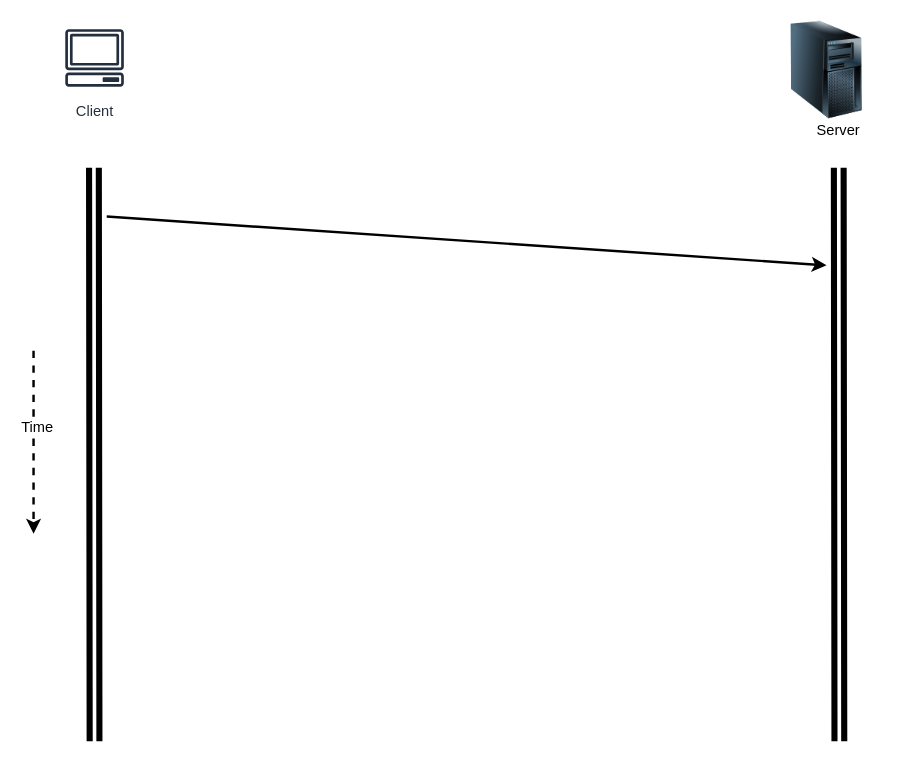
Above: go-ping-server-client.drawio in sugchand/drawio (draw.io), before the change. Source tidied: cells renumbered, new cells numbered last; positions are measured from the earlier drawing's top-left corner, leaving out a move shared by most shapes. Both pictures are drawn from the tidied source at 122%, with x=0, y=0 at pixel (33, 21).
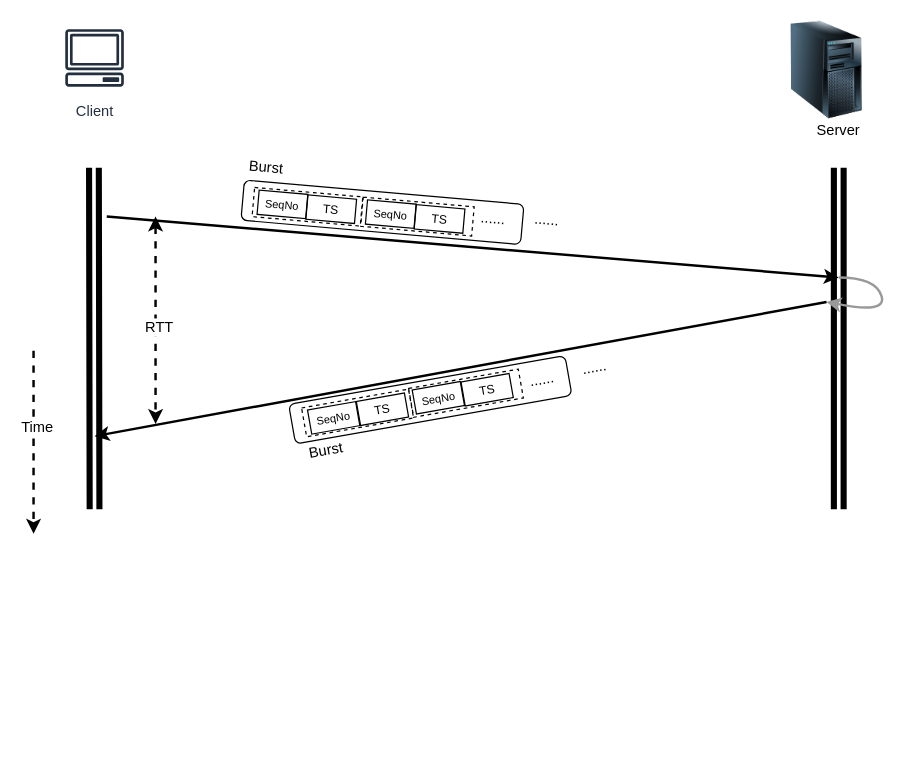
After the change.

Change to the diagram source:
```diff
@@
+    <mxCell id="10" style="rounded=0;whiteSpace=wrap;html=1;strokeColor=#000000;fillColor=none;rotation=350;dashed=1;" parent="1" vertex="1">
+      <mxGeometry x="308.8" y="292.8" width="91.3" height="24" as="geometry" />
+    </mxCell>
+    <mxCell id="11" style="rounded=0;whiteSpace=wrap;html=1;strokeColor=#000000;fillColor=none;rotation=350;dashed=1;" parent="1" vertex="1">
+      <mxGeometry x="221.1" y="309" width="89" height="24" as="geometry" />
+    </mxCell>
+    <mxCell id="12" style="rounded=1;whiteSpace=wrap;html=1;strokeColor=#000000;fillColor=none;rotation=350;" parent="1" vertex="1">
+      <mxGeometry x="210.2" y="293.7" width="230" height="33" as="geometry" />
+    </mxCell>
@@
     <mxCell id="4" style="shape=link;html=1;strokeWidth=5;" parent="1" edge="1">
       <mxGeometry relative="1" as="geometry">
-        <mxPoint x="50" y="590" as="sourcePoint" />
+        <mxPoint x="50" y="400" as="sourcePoint" />
         <mxPoint x="49.5" y="120" as="targetPoint" />
       </mxGeometry>
     </mxCell>
     <mxCell id="5" style="shape=link;html=1;strokeWidth=5;" parent="1" edge="1">
       <mxGeometry relative="1" as="geometry">
-        <mxPoint x="660.5" y="590" as="sourcePoint" />
+        <mxPoint x="660" y="400" as="sourcePoint" />
         <mxPoint x="660" y="120" as="targetPoint" />
       </mxGeometry>
     </mxCell>
@@
     <mxCell id="7" style="endArrow=classic;html=1;strokeWidth=2;" parent="1" edge="1">
       <mxGeometry relative="1" as="geometry">
         <mxPoint x="60" y="160" as="sourcePoint" />
-        <mxPoint x="650" y="200" as="targetPoint" />
+        <mxPoint x="660" y="210" as="targetPoint" />
       </mxGeometry>
     </mxCell>
@@
+    <mxCell id="13" style="endArrow=classic;html=1;strokeWidth=2;" parent="1" edge="1">
+      <mxGeometry relative="1" as="geometry">
+        <mxPoint x="650" y="230" as="sourcePoint" />
+        <mxPoint x="50" y="340" as="targetPoint" />
+      </mxGeometry>
+    </mxCell>
+    <mxCell id="14" style="endArrow=classic;dashed=1;html=1;strokeWidth=2;endFill=1;startArrow=classic;startFill=1;" parent="1" edge="1">
+      <mxGeometry relative="1" as="geometry">
+        <mxPoint x="100" y="160" as="sourcePoint" />
+        <mxPoint x="100" y="330" as="targetPoint" />
+      </mxGeometry>
+    </mxCell>
+    <mxCell id="15" value="RTT" style="text;html=1;align=center;verticalAlign=middle;labelBackgroundColor=#ffffff;" parent="14" vertex="1">
+      <mxGeometry x="-0.18" y="2" relative="1" as="geometry">
+        <mxPoint y="20" as="offset" />
+      </mxGeometry>
+    </mxCell>
+    <mxCell id="16" style="curved=1;endArrow=classic;html=1;strokeWidth=2;strokeColor=#999999;" parent="1" edge="1">
+      <mxGeometry relative="1" as="geometry">
+        <mxPoint x="660" y="210" as="sourcePoint" />
+        <mxPoint x="650" y="230" as="targetPoint" />
+        <Array as="points">
+          <mxPoint x="690" y="210" />
+          <mxPoint x="700" y="240" />
+        </Array>
+      </mxGeometry>
+    </mxCell>
+    <mxCell id="17" value="&lt;font style=&quot;font-size: 9px&quot;&gt;SeqNo&lt;/font&gt;" style="rounded=0;whiteSpace=wrap;html=1;strokeColor=#000000;fillColor=none;rotation=350;" parent="1" vertex="1">
+      <mxGeometry x="226" y="315" width="40" height="20" as="geometry" />
+    </mxCell>
+    <mxCell id="18" value="&lt;font size=&quot;1&quot;&gt;TS&lt;/font&gt;" style="rounded=0;whiteSpace=wrap;html=1;strokeColor=#000000;fillColor=none;rotation=350;" parent="1" vertex="1">
+      <mxGeometry x="266" y="308" width="40" height="20" as="geometry" />
+    </mxCell>
+    <mxCell id="19" value="&lt;font style=&quot;font-size: 9px&quot;&gt;SeqNo&lt;/font&gt;" style="rounded=0;whiteSpace=wrap;html=1;strokeColor=#000000;fillColor=none;rotation=350;" parent="1" vertex="1">
+      <mxGeometry x="311.8" y="298.5" width="40" height="20" as="geometry" />
+    </mxCell>
+    <mxCell id="20" value="&lt;font size=&quot;1&quot;&gt;TS&lt;/font&gt;" style="rounded=0;whiteSpace=wrap;html=1;strokeColor=#000000;fillColor=none;rotation=350;" parent="1" vertex="1">
+      <mxGeometry x="351.8" y="292" width="40" height="20" as="geometry" />
+    </mxCell>
+    <mxCell id="21" value="Burst" style="text;html=1;strokeColor=none;fillColor=none;align=center;verticalAlign=middle;whiteSpace=wrap;rounded=0;rotation=350;" parent="1" vertex="1">
+      <mxGeometry x="220" y="342" width="40" height="20" as="geometry" />
+    </mxCell>
+    <mxCell id="22" value="......" style="text;html=1;strokeColor=none;fillColor=none;align=center;verticalAlign=middle;whiteSpace=wrap;rounded=0;rotation=350;" parent="1" vertex="1">
+      <mxGeometry x="396.8" y="283.5" width="40" height="20" as="geometry" />
+    </mxCell>
+    <mxCell id="23" value="......" style="text;html=1;strokeColor=none;fillColor=none;align=center;verticalAlign=middle;whiteSpace=wrap;rounded=0;rotation=350;" parent="1" vertex="1">
+      <mxGeometry x="440.1" y="273.7" width="40" height="20" as="geometry" />
+    </mxCell>
+    <mxCell id="24" style="rounded=1;whiteSpace=wrap;html=1;strokeColor=#000000;fillColor=none;rotation=5;" parent="1" vertex="1">
+      <mxGeometry x="171" y="140" width="230" height="33" as="geometry" />
+    </mxCell>
+    <mxCell id="25" value="......" style="text;html=1;strokeColor=none;fillColor=none;align=center;verticalAlign=middle;whiteSpace=wrap;rounded=0;rotation=5;" parent="1" vertex="1">
+      <mxGeometry x="401" y="153" width="40" height="20" as="geometry" />
+    </mxCell>
+    <mxCell id="26" style="rounded=0;whiteSpace=wrap;html=1;strokeColor=#000000;fillColor=none;rotation=5;dashed=1;" parent="1" vertex="1">
+      <mxGeometry x="180" y="140" width="89" height="24" as="geometry" />
+    </mxCell>
+    <mxCell id="27" value="&lt;font style=&quot;font-size: 9px&quot;&gt;SeqNo&lt;/font&gt;" style="rounded=0;whiteSpace=wrap;html=1;strokeColor=#000000;fillColor=none;rotation=5;" parent="1" vertex="1">
+      <mxGeometry x="184" y="140" width="40" height="20" as="geometry" />
+    </mxCell>
+    <mxCell id="28" value="&lt;font size=&quot;1&quot;&gt;TS&lt;/font&gt;" style="rounded=0;whiteSpace=wrap;html=1;strokeColor=#000000;fillColor=none;rotation=5;" parent="1" vertex="1">
+      <mxGeometry x="224" y="144" width="40" height="20" as="geometry" />
+    </mxCell>
+    <mxCell id="29" value="......" style="text;html=1;strokeColor=none;fillColor=none;align=center;verticalAlign=middle;whiteSpace=wrap;rounded=0;rotation=5;" parent="1" vertex="1">
+      <mxGeometry x="356.8" y="152" width="40" height="20" as="geometry" />
+    </mxCell>
+    <mxCell id="30" style="rounded=0;whiteSpace=wrap;html=1;strokeColor=#000000;fillColor=none;rotation=5;dashed=1;" parent="1" vertex="1">
+      <mxGeometry x="269" y="148" width="91.3" height="24" as="geometry" />
+    </mxCell>
+    <mxCell id="31" value="&lt;font style=&quot;font-size: 9px&quot;&gt;SeqNo&lt;/font&gt;" style="rounded=0;whiteSpace=wrap;html=1;strokeColor=#000000;fillColor=none;rotation=5;" parent="1" vertex="1">
+      <mxGeometry x="272.8" y="148" width="40" height="20" as="geometry" />
+    </mxCell>
+    <mxCell id="32" value="&lt;font size=&quot;1&quot;&gt;TS&lt;/font&gt;" style="rounded=0;whiteSpace=wrap;html=1;strokeColor=#000000;fillColor=none;rotation=5;" parent="1" vertex="1">
+      <mxGeometry x="312.8" y="152" width="40" height="20" as="geometry" />
+    </mxCell>
+    <mxCell id="33" value="Burst" style="text;html=1;strokeColor=none;fillColor=none;align=center;verticalAlign=middle;whiteSpace=wrap;rounded=0;rotation=5;" parent="1" vertex="1">
+      <mxGeometry x="171" y="110" width="40" height="20" as="geometry" />
+    </mxCell>
```
